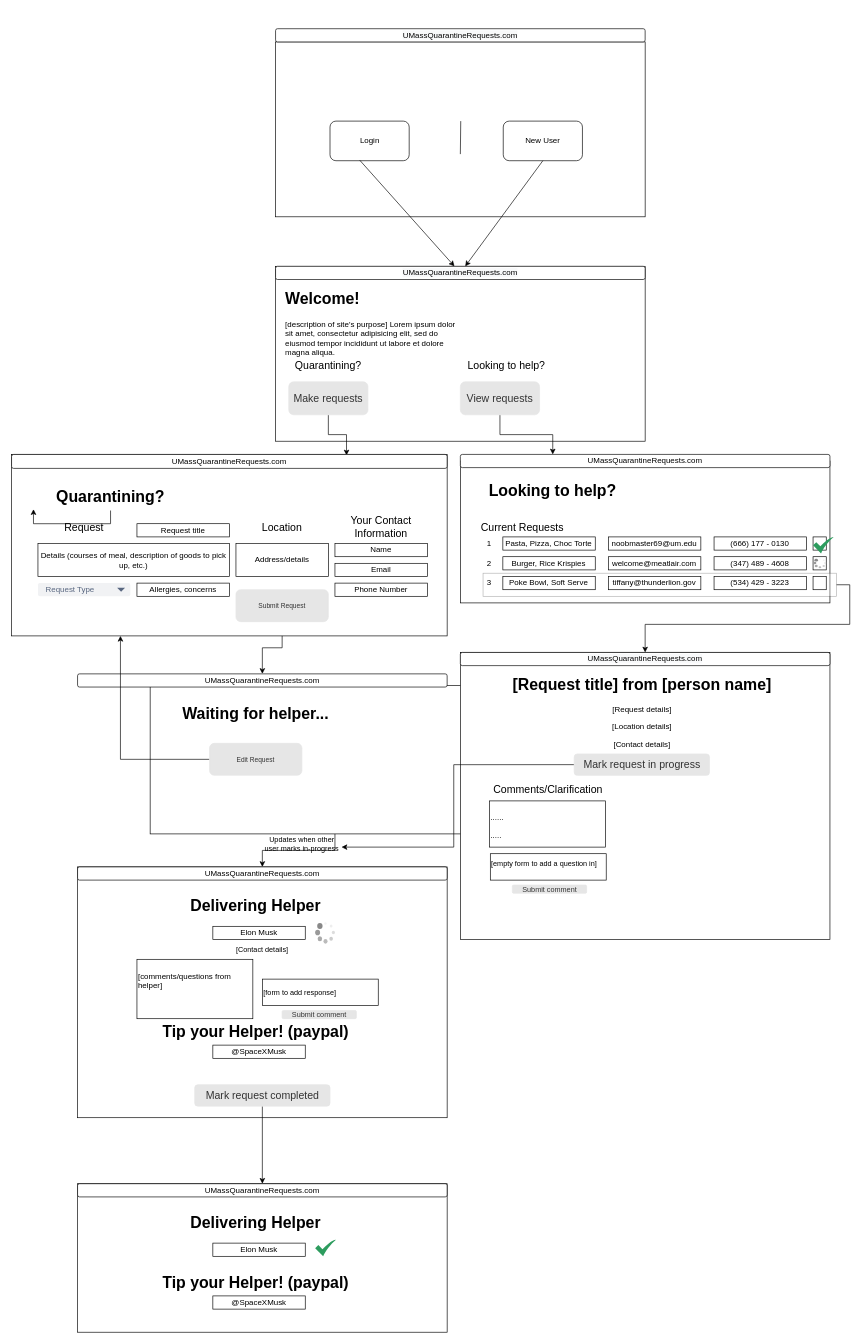
This is docs/diagrams/homepage.drawio from grievans/cs326-final-vav, a draw.io file, before an edit. Source tidied: cells renumbered, new cells numbered last; positions are measured from the earlier drawing's top-left corner, leaving out a move shared by most shapes. Both pictures are drawn from the tidied source at 66%, with x=0, y=0 at pixel (11, 28).
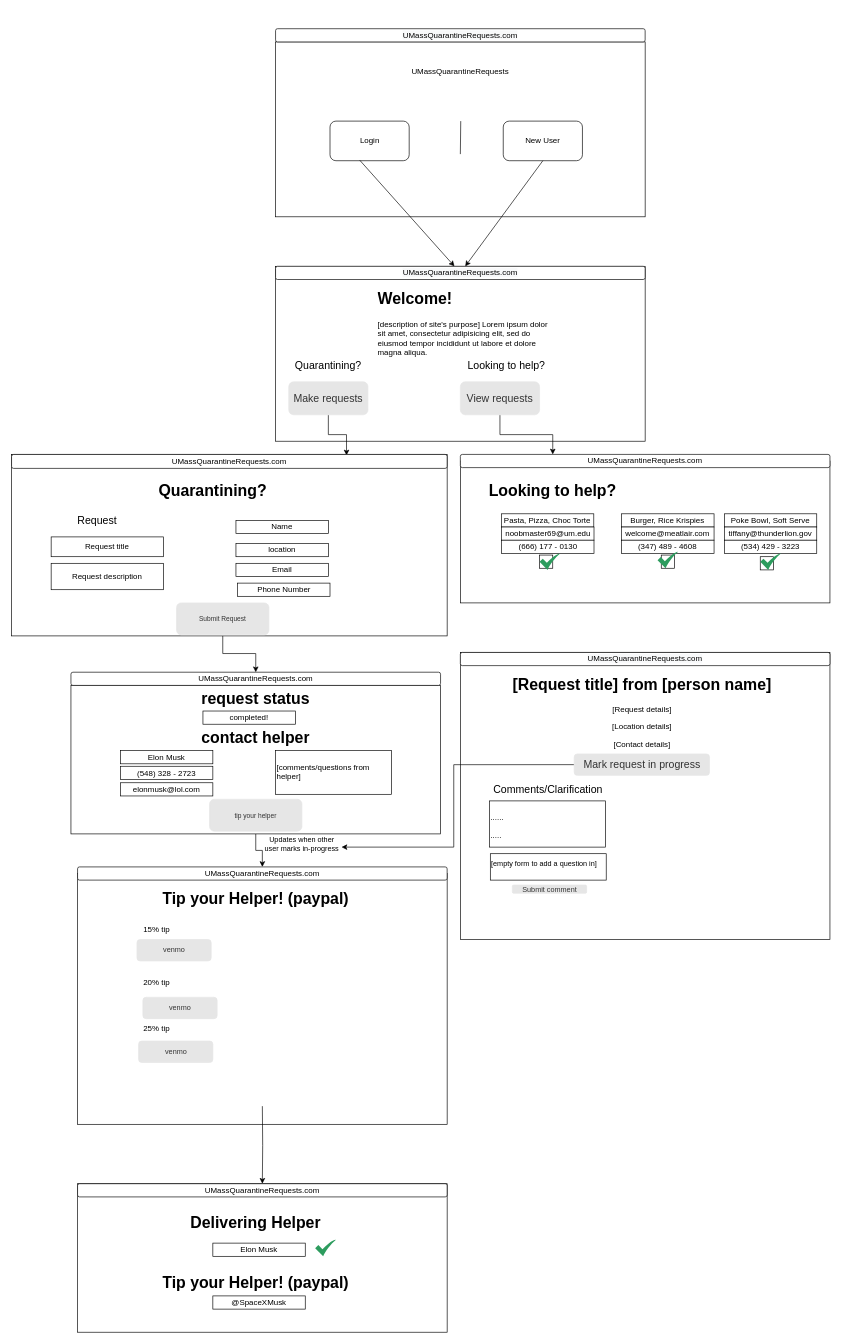
Above is the later version.

Commit message:
updated diagram to current code.drawio

Unchanged cells that the change refers to:
```xml
<mxCell id="12" style="rounded=0;whiteSpace=wrap;html=1;" parent="1" vertex="1">
  <mxGeometry y="645" width="660" height="275" as="geometry" />
</mxCell>
<mxCell id="57" value="&#10;&#10;&lt;span style=&quot;color: rgb(0, 0, 0); font-family: helvetica; font-size: 12px; font-style: normal; font-weight: 400; letter-spacing: normal; text-align: center; text-indent: 0px; text-transform: none; word-spacing: 0px; background-color: rgb(248, 249, 250); display: inline; float: none;&quot;&gt;UMassQuarantineRequests.com&lt;/span&gt;&#10;&#10;" style="rounded=1;whiteSpace=wrap;html=1;" parent="1" vertex="1">
  <mxGeometry x="680" y="945" width="560" height="20" as="geometry" />
</mxCell>
<mxCell id="65" value="UMassQuarantineRequests.com" style="rounded=1;whiteSpace=wrap;html=1;" parent="1" vertex="1">
  <mxGeometry x="100" y="1750" width="560" height="20" as="geometry" />
</mxCell>
```

Diff of the diagram source:
```diff
@@
     <mxCell id="5" value="&lt;h1&gt;Welcome!&lt;/h1&gt;&lt;p&gt;[description of site's purpose]&amp;nbsp;&lt;span&gt;Lorem ipsum dolor sit amet, consectetur adipisicing elit, sed do eiusmod tempor incididunt ut labore et dolore magna aliqua.&lt;/span&gt;&lt;/p&gt;" style="text;html=1;strokeColor=none;fillColor=none;spacing=5;spacingTop=-20;whiteSpace=wrap;overflow=hidden;rounded=0;align=left;" parent="1" vertex="1">
-      <mxGeometry x="410" y="390" width="280" height="120" as="geometry" />
+      <mxGeometry x="550" y="390" width="280" height="120" as="geometry" />
     </mxCell>
@@
     <mxCell id="13" value="&lt;h1&gt;Quarantining?&lt;/h1&gt;" style="text;html=1;strokeColor=none;fillColor=none;spacing=5;spacingTop=-20;whiteSpace=wrap;overflow=hidden;rounded=0;align=center;" parent="1" vertex="1">
-      <mxGeometry x="10" y="690" width="280" height="40" as="geometry" />
+      <mxGeometry x="165" y="680" width="280" height="40" as="geometry" />
     </mxCell>
     <mxCell id="14" value="Request" style="text;html=1;strokeColor=none;fillColor=none;align=center;verticalAlign=middle;whiteSpace=wrap;rounded=0;fontSize=16;" parent="1" vertex="1">
-      <mxGeometry x="40" y="740" width="140" height="30" as="geometry" />
+      <mxGeometry x="60" y="730" width="140" height="30" as="geometry" />
     </mxCell>
-    <mxCell id="15" value="Your Contact Information" style="text;html=1;strokeColor=none;fillColor=none;align=center;verticalAlign=middle;whiteSpace=wrap;rounded=0;fontSize=16;" parent="1" vertex="1">
-      <mxGeometry x="490" y="740" width="140" height="30" as="geometry" />
-    </mxCell>
@@
     <mxCell id="17" value="Email" style="rounded=0;whiteSpace=wrap;html=1;" parent="1" vertex="1">
-      <mxGeometry x="490" y="810" width="140" height="20" as="geometry" />
+      <mxGeometry x="340" y="810" width="140" height="20" as="geometry" />
     </mxCell>
     <mxCell id="18" value="Phone Number" style="rounded=0;whiteSpace=wrap;html=1;" parent="1" vertex="1">
-      <mxGeometry x="490" y="840" width="140" height="20" as="geometry" />
+      <mxGeometry x="342.5" y="840" width="140" height="20" as="geometry" />
     </mxCell>
-    <mxCell id="19" value="Allergies, concerns" style="rounded=0;whiteSpace=wrap;html=1;" parent="1" vertex="1">
-      <mxGeometry x="190" y="840" width="140" height="20" as="geometry" />
-    </mxCell>
@@
-    <mxCell id="22" value="Current Requests" style="text;html=1;strokeColor=none;fillColor=none;align=center;verticalAlign=middle;whiteSpace=wrap;rounded=0;fontSize=16;" parent="1" vertex="1">
-      <mxGeometry x="704.4" y="740" width="140" height="30" as="geometry" />
-    </mxCell>
-    <mxCell id="23" style="rounded=0;whiteSpace=wrap;html=1;opacity=30;" parent="1" vertex="1">
-      <mxGeometry x="714.4" y="825" width="535.6" height="35" as="geometry" />
-    </mxCell>
     <mxCell id="24" value="Pasta, Pizza, Choc Torte" style="rounded=0;whiteSpace=wrap;html=1;" parent="1" vertex="1">
-      <mxGeometry x="744.4" y="770" width="140" height="20" as="geometry" />
+      <mxGeometry x="742.2" y="735" width="140" height="20" as="geometry" />
     </mxCell>
     <mxCell id="25" value="Burger, Rice Krispies" style="rounded=0;whiteSpace=wrap;html=1;" parent="1" vertex="1">
-      <mxGeometry x="744.4" y="800" width="140" height="20" as="geometry" />
+      <mxGeometry x="924.4" y="735" width="140" height="20" as="geometry" />
     </mxCell>
     <mxCell id="26" value="Poke Bowl, Soft Serve" style="rounded=0;whiteSpace=wrap;html=1;" parent="1" vertex="1">
-      <mxGeometry x="744.4" y="830" width="140" height="20" as="geometry" />
+      <mxGeometry x="1080" y="735" width="140" height="20" as="geometry" />
     </mxCell>
     <mxCell id="27" value="noobmaster69@um.edu" style="rounded=0;whiteSpace=wrap;html=1;" parent="1" vertex="1">
-      <mxGeometry x="904.4" y="770" width="140" height="20" as="geometry" />
+      <mxGeometry x="742.5" y="755" width="140" height="20" as="geometry" />
     </mxCell>
     <mxCell id="28" value="(666) 177 - 0130" style="rounded=0;whiteSpace=wrap;html=1;" parent="1" vertex="1">
-      <mxGeometry x="1064.4" y="770" width="140" height="20" as="geometry" />
+      <mxGeometry x="742.5" y="775" width="140" height="20" as="geometry" />
     </mxCell>
-    <mxCell id="29" value="1" style="text;html=1;strokeColor=none;fillColor=none;align=center;verticalAlign=middle;whiteSpace=wrap;rounded=0;" parent="1" vertex="1">
-      <mxGeometry x="694.4" y="765" width="60" height="30" as="geometry" />
-    </mxCell>
-    <mxCell id="30" value="2" style="text;html=1;strokeColor=none;fillColor=none;align=center;verticalAlign=middle;whiteSpace=wrap;rounded=0;" parent="1" vertex="1">
-      <mxGeometry x="694.4" y="795" width="60" height="30" as="geometry" />
-    </mxCell>
-    <mxCell id="31" value="3" style="text;html=1;strokeColor=none;fillColor=none;align=center;verticalAlign=middle;whiteSpace=wrap;rounded=0;" parent="1" vertex="1">
-      <mxGeometry x="694.4" y="825" width="60" height="30" as="geometry" />
-    </mxCell>
     <mxCell id="32" value="welcome@meatlair.com" style="rounded=0;whiteSpace=wrap;html=1;" parent="1" vertex="1">
-      <mxGeometry x="904.4" y="800" width="140" height="20" as="geometry" />
+      <mxGeometry x="924.4" y="755" width="140" height="20" as="geometry" />
     </mxCell>
     <mxCell id="33" value="(347)&amp;nbsp;489 - 4608" style="rounded=0;whiteSpace=wrap;html=1;" parent="1" vertex="1">
-      <mxGeometry x="1064.4" y="800" width="140" height="20" as="geometry" />
+      <mxGeometry x="924.4" y="775" width="140" height="20" as="geometry" />
     </mxCell>
     <mxCell id="34" value="tiffany@thunderlion.gov" style="rounded=0;whiteSpace=wrap;html=1;" parent="1" vertex="1">
-      <mxGeometry x="904.4" y="830" width="140" height="20" as="geometry" />
+      <mxGeometry x="1080" y="755" width="140" height="20" as="geometry" />
     </mxCell>
     <mxCell id="35" value="(534) 429 - 3223" style="rounded=0;whiteSpace=wrap;html=1;" parent="1" vertex="1">
-      <mxGeometry x="1064.4" y="830" width="140" height="20" as="geometry" />
+      <mxGeometry x="1080" y="775" width="140" height="20" as="geometry" />
     </mxCell>
-    <mxCell id="36" style="rounded=0;whiteSpace=wrap;html=1;" parent="1" vertex="1">
-      <mxGeometry x="1214.4" y="770" width="20" height="20" as="geometry" />
-    </mxCell>
     <mxCell id="37" style="rounded=0;whiteSpace=wrap;html=1;" parent="1" vertex="1">
-      <mxGeometry x="1214.4" y="800" width="20" height="20" as="geometry" />
+      <mxGeometry x="1134.4" y="800" width="20" height="20" as="geometry" />
     </mxCell>
-    <mxCell id="38" style="edgeStyle=orthogonalEdgeStyle;rounded=0;jettySize=auto;html=1;exitX=1;exitY=0.5;exitDx=0;exitDy=0;entryX=0.5;entryY=0;entryDx=0;entryDy=0;" parent="1" edge="1" source="23" target="57">
-      <mxGeometry relative="1" as="geometry" />
-    </mxCell>
-    <mxCell id="39" style="rounded=0;whiteSpace=wrap;html=1;" parent="1" vertex="1">
-      <mxGeometry x="1214.4" y="830" width="20" height="20" as="geometry" />
-    </mxCell>
     <mxCell id="40" style="sketch=0;html=1;strokeColor=none;shadow=0;align=center;verticalAlign=top;fillColor=#2D9C5E;shape=mxgraph.gcp2.check;" parent="1" vertex="1">
-      <mxGeometry x="1214.4" y="770" width="31.2" height="25" as="geometry" />
+      <mxGeometry x="1134.4" y="795" width="31.2" height="25" as="geometry" />
     </mxCell>
-    <mxCell id="41" style="verticalLabelPosition=bottom;shadow=0;dashed=0;align=center;html=1;verticalAlign=top;strokeWidth=1;shape=mxgraph.mockup.misc.loading_circle_1;" parent="1" vertex="1">
-      <mxGeometry x="1214.4" y="802.5" width="20" height="15" as="geometry" />
-    </mxCell>
@@
     <mxCell id="43" style="rounded=0;whiteSpace=wrap;html=1;" parent="1" vertex="1">
-      <mxGeometry x="210" y="995" width="560" height="225" as="geometry" />
+      <mxGeometry x="90" y="995" width="560" height="225" as="geometry" />
     </mxCell>
@@
     <mxCell id="45" value="UMassQuarantineRequests.com" style="rounded=1;whiteSpace=wrap;html=1;" parent="1" vertex="1">
-      <mxGeometry x="100" y="977.5" width="560" height="20" as="geometry" />
+      <mxGeometry x="90" y="975" width="560" height="20" as="geometry" />
     </mxCell>
-    <mxCell id="46" value="&lt;h1&gt;Waiting for helper...&lt;/h1&gt;" style="text;html=1;strokeColor=none;fillColor=none;spacing=5;spacingTop=-20;whiteSpace=wrap;overflow=hidden;rounded=0;align=center;" parent="1" vertex="1">
-      <mxGeometry x="230" y="1017.5" width="280" height="40" as="geometry" />
-    </mxCell>
-    <mxCell id="47" value="Address/details" style="rounded=0;whiteSpace=wrap;html=1;" parent="1" vertex="1">
-      <mxGeometry x="340" y="780" width="140" height="50" as="geometry" />
+    <mxCell id="47" value="location" style="rounded=0;whiteSpace=wrap;html=1;" parent="1" vertex="1">
+      <mxGeometry x="340" y="780" width="140" height="20" as="geometry" />
     </mxCell>
-    <mxCell id="48" value="Location" style="text;html=1;strokeColor=none;fillColor=none;align=center;verticalAlign=middle;whiteSpace=wrap;rounded=0;fontSize=16;" parent="1" vertex="1">
-      <mxGeometry x="340" y="740" width="140" height="30" as="geometry" />
-    </mxCell>
-    <mxCell id="49" value="Request Type" style="rounded=1;fillColor=#F1F2F4;strokeColor=none;html=1;fontColor=#596780;align=left;fontSize=12;spacingLeft=10;sketch=0;" parent="1" vertex="1">
-      <mxGeometry x="40" y="840" width="140" height="20" as="geometry" />
-    </mxCell>
-    <mxCell id="50" style="shape=triangle;direction=south;fillColor=#596780;strokeColor=none;html=1;sketch=0;" parent="49" vertex="1">
-      <mxGeometry x="1" y="0.5" width="12" height="6" relative="1" as="geometry">
-        <mxPoint x="-20" y="-3" as="offset" />
-      </mxGeometry>
-    </mxCell>
-    <mxCell id="51" value="Details (courses of meal, description of goods to pick up, etc.)" style="rounded=0;whiteSpace=wrap;html=1;" parent="1" vertex="1">
-      <mxGeometry x="40" y="780" width="290" height="50" as="geometry" />
+    <mxCell id="51" value="Request description" style="rounded=0;whiteSpace=wrap;html=1;" parent="1" vertex="1">
+      <mxGeometry x="60" y="810" width="170" height="40" as="geometry" />
     </mxCell>
     <mxCell id="52" value="Submit Request" style="rounded=1;html=1;shadow=0;dashed=0;whiteSpace=wrap;fontSize=10;fillColor=#E6E6E6;align=center;strokeColor=#E6E6E6;fontColor=#333333;" parent="1" vertex="1">
-      <mxGeometry x="340" y="850" width="140" height="48.4" as="geometry" />
+      <mxGeometry x="250" y="870" width="140" height="48.4" as="geometry" />
     </mxCell>
@@
     <mxCell id="58" value="Request title" style="rounded=0;whiteSpace=wrap;html=1;" parent="1" vertex="1">
-      <mxGeometry x="190" y="750" width="140" height="20" as="geometry" />
+      <mxGeometry x="60" y="770" width="170" height="30" as="geometry" />
     </mxCell>
     <mxCell id="59" value="Name" style="rounded=0;whiteSpace=wrap;html=1;" parent="1" vertex="1">
-      <mxGeometry x="490" y="780" width="140" height="20" as="geometry" />
+      <mxGeometry x="340" y="745" width="140" height="20" as="geometry" />
     </mxCell>
@@
     <mxCell id="70" style="rounded=0;whiteSpace=wrap;html=1;" parent="1" vertex="1">
-      <mxGeometry x="100" y="1270" width="560" height="380" as="geometry" />
+      <mxGeometry x="100" y="1280" width="560" height="380" as="geometry" />
     </mxCell>
-    <mxCell id="71" style="edgeStyle=orthogonalEdgeStyle;rounded=0;jettySize=auto;html=1;exitX=0.5;exitY=1;exitDx=0;exitDy=0;entryX=0.5;entryY=0;entryDx=0;entryDy=0;fontSize=11;" parent="1" edge="1" source="79" target="65">
-      <mxGeometry relative="1" as="geometry" />
+    <mxCell id="71" style="edgeStyle=orthogonalEdgeStyle;rounded=0;jettySize=auto;html=1;exitX=0.5;exitY=1;exitDx=0;exitDy=0;entryX=0.5;entryY=0;entryDx=0;entryDy=0;fontSize=11;" parent="1" edge="1" target="65">
+      <mxGeometry relative="1" as="geometry">
+        <mxPoint x="380" y="1632.5" as="sourcePoint" />
+      </mxGeometry>
     </mxCell>
@@
-    <mxCell id="73" value="Elon Musk" style="rounded=0;whiteSpace=wrap;html=1;" parent="1" vertex="1">
-      <mxGeometry x="305" y="1360" width="140" height="20" as="geometry" />
-    </mxCell>
-    <mxCell id="74" value="&lt;h1&gt;Delivering Helper&lt;/h1&gt;" style="text;html=1;strokeColor=none;fillColor=none;spacing=5;spacingTop=-20;whiteSpace=wrap;overflow=hidden;rounded=0;align=center;" parent="1" vertex="1">
-      <mxGeometry x="230" y="1310" width="280" height="40" as="geometry" />
+    <mxCell id="74" value="&lt;h1&gt;request status&lt;/h1&gt;" style="text;html=1;strokeColor=none;fillColor=none;spacing=5;spacingTop=-20;whiteSpace=wrap;overflow=hidden;rounded=0;align=center;" parent="1" vertex="1">
+      <mxGeometry x="230" y="995" width="280" height="40" as="geometry" />
     </mxCell>
-    <mxCell id="75" style="verticalLabelPosition=bottom;shadow=0;dashed=0;align=center;html=1;verticalAlign=top;strokeWidth=1;shape=mxgraph.mockup.misc.loading_circle_1;" parent="1" vertex="1">
-      <mxGeometry x="460" y="1353.8" width="30" height="32.5" as="geometry" />
-    </mxCell>
     <mxCell id="76" value="&lt;h1&gt;Tip your Helper! (paypal)&lt;/h1&gt;" style="text;html=1;strokeColor=none;fillColor=none;spacing=5;spacingTop=-20;whiteSpace=wrap;overflow=hidden;rounded=0;align=center;" parent="1" vertex="1">
-      <mxGeometry x="175" y="1500" width="390" height="40" as="geometry" />
+      <mxGeometry x="175" y="1297.5" width="390" height="40" as="geometry" />
     </mxCell>
-    <mxCell id="77" value="@SpaceXMusk" style="rounded=0;whiteSpace=wrap;html=1;" parent="1" vertex="1">
-      <mxGeometry x="305" y="1540" width="140" height="20" as="geometry" />
-    </mxCell>
@@
-    <mxCell id="79" value="&lt;font style=&quot;font-size: 16px&quot;&gt;Mark request completed&lt;/font&gt;" style="rounded=1;html=1;shadow=0;dashed=0;whiteSpace=wrap;fontSize=10;fillColor=#E6E6E6;align=center;strokeColor=#E6E6E6;fontColor=#333333;" parent="1" vertex="1">
-      <mxGeometry x="277.5" y="1600" width="205" height="32.5" as="geometry" />
-    </mxCell>
@@
-    <mxCell id="81" value="[Contact details]" style="text;html=1;strokeColor=none;fillColor=none;align=center;verticalAlign=middle;whiteSpace=wrap;rounded=0;fontSize=11;" parent="1" vertex="1">
-      <mxGeometry x="320" y="1380" width="120" height="30" as="geometry" />
-    </mxCell>
     <mxCell id="82" value="&lt;p style=&quot;line-height: 1.2&quot;&gt;[comments/questions from helper]&lt;/p&gt;" style="rounded=0;whiteSpace=wrap;html=1;align=left;verticalAlign=top;" parent="1" vertex="1">
-      <mxGeometry x="190" y="1410" width="175.6" height="90" as="geometry" />
+      <mxGeometry x="400" y="1093.8" width="175.6" height="66.2" as="geometry" />
     </mxCell>
-    <mxCell id="83" value="&lt;p style=&quot;line-height: 1 ; font-size: 11px&quot;&gt;[form to add response]&lt;/p&gt;" style="rounded=0;whiteSpace=wrap;html=1;align=left;verticalAlign=middle;spacing=2;" parent="1" vertex="1">
-      <mxGeometry x="380" y="1440" width="175.6" height="40" as="geometry" />
-    </mxCell>
-    <mxCell id="84" value="&lt;span style=&quot;font-size: 11px&quot;&gt;Submit comment&lt;/span&gt;" style="rounded=1;html=1;shadow=0;dashed=0;whiteSpace=wrap;fontSize=10;fillColor=#E6E6E6;align=center;strokeColor=#E6E6E6;fontColor=#333333;" parent="1" vertex="1">
-      <mxGeometry x="410" y="1487.5" width="112.5" height="12.5" as="geometry" />
+    <mxCell id="84" value="&lt;span style=&quot;font-size: 11px&quot;&gt;venmo&lt;/span&gt;" style="rounded=1;html=1;shadow=0;dashed=0;whiteSpace=wrap;fontSize=10;fillColor=#E6E6E6;align=center;strokeColor=#E6E6E6;fontColor=#333333;" parent="1" vertex="1">
+      <mxGeometry x="190" y="1380" width="112.5" height="32.5" as="geometry" />
     </mxCell>
-    <mxCell id="85" style="edgeStyle=orthogonalEdgeStyle;rounded=0;jettySize=auto;html=1;exitX=0;exitY=0.5;exitDx=0;exitDy=0;entryX=0.25;entryY=1;entryDx=0;entryDy=0;fontSize=11;" parent="1" edge="1" source="86" target="12">
-      <mxGeometry relative="1" as="geometry" />
-    </mxCell>
-    <mxCell id="86" value="Edit Request" style="rounded=1;html=1;shadow=0;dashed=0;whiteSpace=wrap;fontSize=10;fillColor=#E6E6E6;align=center;strokeColor=#E6E6E6;fontColor=#333333;" parent="1" vertex="1">
-      <mxGeometry x="300" y="1082.8" width="140" height="48.4" as="geometry" />
-    </mxCell>
@@
-    <mxCell id="94" style="edgeStyle=orthogonalEdgeStyle;rounded=0;orthogonalLoop=1;jettySize=auto;html=1;exitX=0.5;exitY=1;exitDx=0;exitDy=0;entryX=0.083;entryY=0.952;entryDx=0;entryDy=0;entryPerimeter=0;" parent="1" edge="1" source="13" target="13">
-      <mxGeometry relative="1" as="geometry" />
-    </mxCell>
+    <mxCell id="95" value="UMassQuarantineRequests" style="text;html=1;strokeColor=none;fillColor=none;align=center;verticalAlign=middle;whiteSpace=wrap;rounded=0;" parent="1" vertex="1">
+      <mxGeometry x="650" y="50" width="60" height="30" as="geometry" />
+    </mxCell>
+    <mxCell id="96" value="&lt;h1&gt;contact helper&lt;/h1&gt;" style="text;html=1;strokeColor=none;fillColor=none;spacing=5;spacingTop=-20;whiteSpace=wrap;overflow=hidden;rounded=0;align=center;" parent="1" vertex="1">
+      <mxGeometry x="230" y="1053.8" width="280" height="40" as="geometry" />
+    </mxCell>
+    <mxCell id="73" value="Elon Musk" style="rounded=0;whiteSpace=wrap;html=1;" parent="1" vertex="1">
+      <mxGeometry x="165" y="1093.8" width="140" height="20" as="geometry" />
+    </mxCell>
+    <mxCell id="97" value="(548) 328 - 2723" style="rounded=0;whiteSpace=wrap;html=1;" parent="1" vertex="1">
+      <mxGeometry x="165" y="1117.5" width="140" height="20" as="geometry" />
+    </mxCell>
+    <mxCell id="98" value="elonmusk@lol.com" style="rounded=0;whiteSpace=wrap;html=1;" parent="1" vertex="1">
+      <mxGeometry x="165" y="1142.5" width="140" height="20" as="geometry" />
+    </mxCell>
+    <mxCell id="99" value="completed!" style="rounded=0;whiteSpace=wrap;html=1;" parent="1" vertex="1">
+      <mxGeometry x="290" y="1033.8" width="140" height="20" as="geometry" />
+    </mxCell>
+    <mxCell id="100" value="tip your helper" style="rounded=1;html=1;shadow=0;dashed=0;whiteSpace=wrap;fontSize=10;fillColor=#E6E6E6;align=center;strokeColor=#E6E6E6;fontColor=#333333;" parent="1" vertex="1">
+      <mxGeometry x="300" y="1167.5" width="140" height="48.4" as="geometry" />
+    </mxCell>
+    <mxCell id="101" value="15% tip" style="text;html=1;strokeColor=none;fillColor=none;align=center;verticalAlign=middle;whiteSpace=wrap;rounded=0;" parent="1" vertex="1">
+      <mxGeometry x="190" y="1350" width="60" height="30" as="geometry" />
+    </mxCell>
+    <mxCell id="102" value="20% tip" style="text;html=1;strokeColor=none;fillColor=none;align=center;verticalAlign=middle;whiteSpace=wrap;rounded=0;" parent="1" vertex="1">
+      <mxGeometry x="190" y="1430" width="60" height="30" as="geometry" />
+    </mxCell>
+    <mxCell id="103" value="25% tip" style="text;html=1;strokeColor=none;fillColor=none;align=center;verticalAlign=middle;whiteSpace=wrap;rounded=0;" parent="1" vertex="1">
+      <mxGeometry x="190" y="1500" width="60" height="30" as="geometry" />
+    </mxCell>
+    <mxCell id="104" value="&lt;span style=&quot;font-size: 11px&quot;&gt;venmo&lt;/span&gt;" style="rounded=1;html=1;shadow=0;dashed=0;whiteSpace=wrap;fontSize=10;fillColor=#E6E6E6;align=center;strokeColor=#E6E6E6;fontColor=#333333;" parent="1" vertex="1">
+      <mxGeometry x="199" y="1467.5" width="112.5" height="32.5" as="geometry" />
+    </mxCell>
+    <mxCell id="105" value="&lt;span style=&quot;font-size: 11px&quot;&gt;venmo&lt;/span&gt;" style="rounded=1;html=1;shadow=0;dashed=0;whiteSpace=wrap;fontSize=10;fillColor=#E6E6E6;align=center;strokeColor=#E6E6E6;fontColor=#333333;" parent="1" vertex="1">
+      <mxGeometry x="192.5" y="1533.8" width="112.5" height="32.5" as="geometry" />
+    </mxCell>
+    <mxCell id="106" style="rounded=0;whiteSpace=wrap;html=1;" parent="1" vertex="1">
+      <mxGeometry x="984.4" y="797.5" width="20" height="20" as="geometry" />
+    </mxCell>
+    <mxCell id="107" style="rounded=0;whiteSpace=wrap;html=1;" parent="1" vertex="1">
+      <mxGeometry x="800" y="797.5" width="20" height="20" as="geometry" />
+    </mxCell>
+    <mxCell id="108" style="sketch=0;html=1;strokeColor=none;shadow=0;align=center;verticalAlign=top;fillColor=#2D9C5E;shape=mxgraph.gcp2.check;" parent="1" vertex="1">
+      <mxGeometry x="978.8" y="792.5" width="31.2" height="25" as="geometry" />
+    </mxCell>
+    <mxCell id="109" style="sketch=0;html=1;strokeColor=none;shadow=0;align=center;verticalAlign=top;fillColor=#2D9C5E;shape=mxgraph.gcp2.check;" parent="1" vertex="1">
+      <mxGeometry x="800" y="795" width="31.2" height="25" as="geometry" />
+    </mxCell>
```
